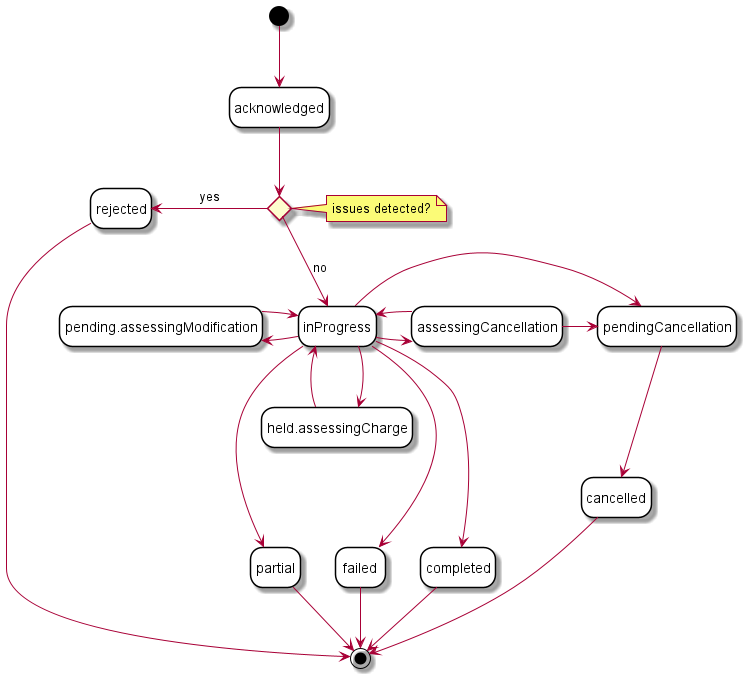
This is documentation/productApi/order/media/productOrderFlow.png from MEF-GIT/MEF-LSO-Sonata-SDK, a PlantUML export, as it was before one commit.
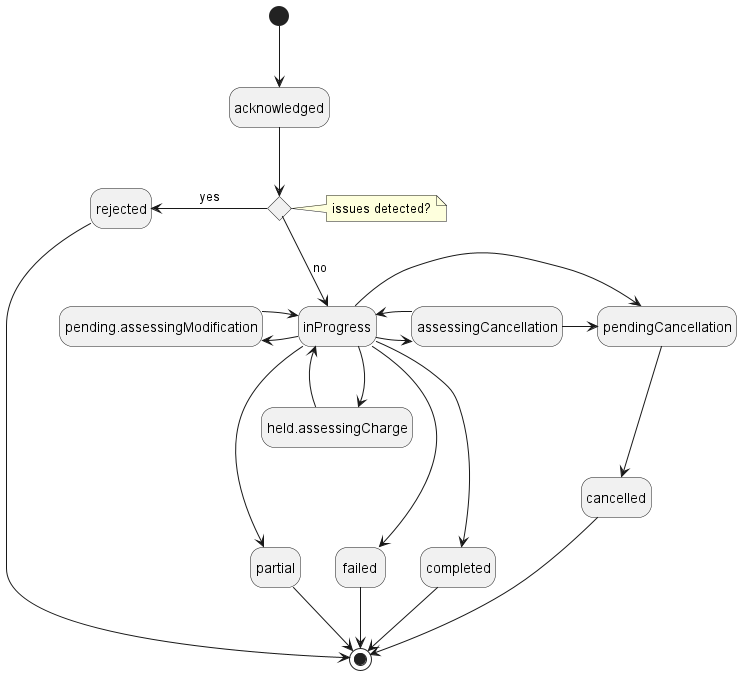
After the change.

Change to the diagram source:
```diff
@@ -1,18 +1,18 @@
 @startuml
 
-skinparam state {
-    BackgroundColor White
-    BorderColor Black
-}
+
 hide empty description
 
 state issues_detected <<choice>>
 note right of issues_detected : issues detected?
 
-inProgress -d[hidden]-> held.assessingCharge
-held.assessingCharge -d[hidden]-> completed
-held.assessingCharge -d[hidden]-> failed
-held.assessingCharge -d[hidden]-> partial
+state "held.assessingCharge" as assessingCharge
+state "pending.assessingModification" as assessingModification
+
+inProgress -d[hidden]-> assessingCharge
+assessingCharge -d[hidden]-> completed
+assessingCharge -d[hidden]-> failed
+assessingCharge -d[hidden]-> partial
 
 [*] --> acknowledged
 
@@ -21,17 +21,17 @@
 issues_detected -d-> inProgress : no
 issues_detected -l-> rejected : yes
 
-inProgress -l-> pending.assessingModification
+inProgress -l-> assessingModification
 inProgress -d-> completed
 inProgress -d-> failed
 inProgress -d-> partial
-inProgress --> held.assessingCharge
+inProgress --> assessingCharge
 inProgress -r-> assessingCancellation
 inProgress -r-> pendingCancellation
 
-pending.assessingModification -r-> inProgress
+assessingModification -r-> inProgress
 
-held.assessingCharge -l-> inProgress
+assessingCharge -l-> inProgress
 
 assessingCancellation -l-> inProgress
 assessingCancellation -r-> pendingCancellation
```
